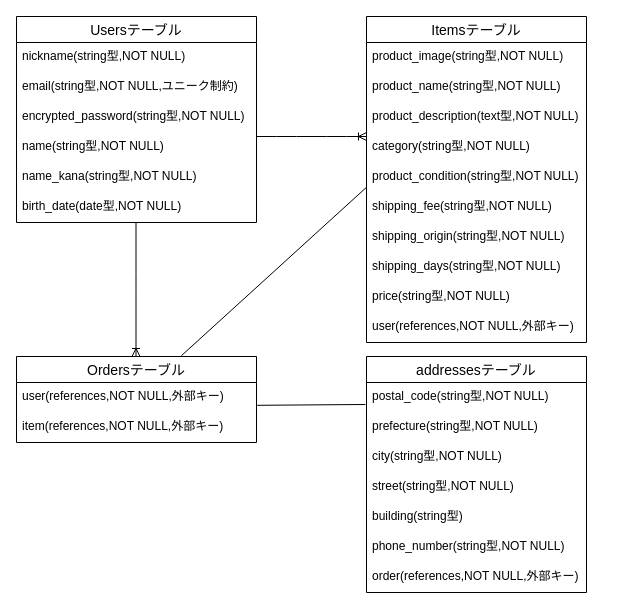
The draw.io diagram furima.dio in korea0701/furima-40589, before the edit. Source tidied: cells renumbered, new cells numbered last; positions are measured from the earlier drawing's top-left corner, leaving out a move shared by most shapes. Both pictures are drawn from the tidied source at 100%, with x=0, y=0 at pixel (16, 16).
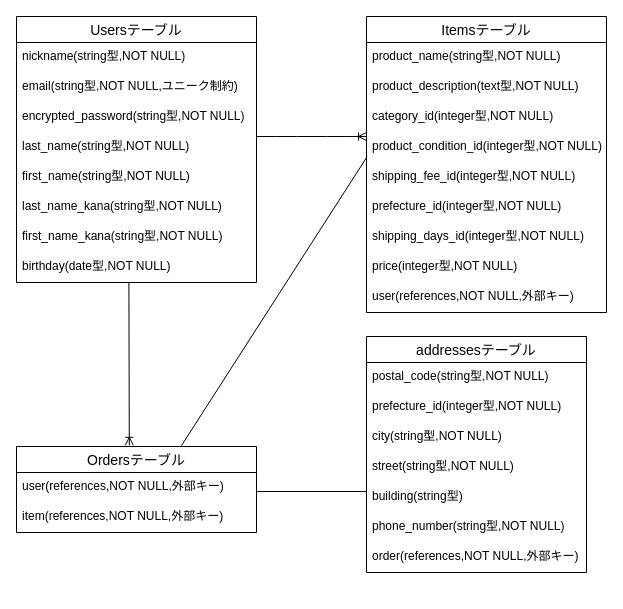
The same diagram, later.

Commit message (it also covers changes not shown here):
修正依頼による2度目の修正

Unchanged cells that the change refers to:
```xml
<mxCell id="21" value="user(references,NOT NULL,外部キー)" style="text;strokeColor=none;fillColor=none;spacingLeft=4;spacingRight=4;overflow=hidden;points=[[0,0.5],[1,0.5]];portConstraint=eastwest;fontSize=12;" parent="20" vertex="1">
  <mxGeometry y="26" width="240" height="30" as="geometry" />
</mxCell>
<mxCell id="24" value="postal_code(string型,NOT NULL)" style="text;strokeColor=none;fillColor=none;spacingLeft=4;spacingRight=4;overflow=hidden;points=[[0,0.5],[1,0.5]];portConstraint=eastwest;fontSize=12;" parent="23" vertex="1">
  <mxGeometry y="26" width="220" height="30" as="geometry" />
</mxCell>
```

Diff of the diagram source:
```diff
@@
     <mxCell id="2" value="Usersテーブル" style="swimlane;fontStyle=0;horizontal=1;startSize=26;align=center;fontSize=14;" parent="1" vertex="1">
-      <mxGeometry width="240" height="206" as="geometry" />
+      <mxGeometry width="240" height="266" as="geometry" />
     </mxCell>
@@
-    <mxCell id="6" value="name(string型,NOT NULL)" style="text;strokeColor=none;fillColor=none;spacingLeft=4;spacingRight=4;overflow=hidden;fontSize=12;" parent="2" vertex="1">
+    <mxCell id="6" value="last_name(string型,NOT NULL)" style="text;strokeColor=none;fillColor=none;spacingLeft=4;spacingRight=4;overflow=hidden;fontSize=12;" parent="2" vertex="1">
       <mxGeometry y="116" width="240" height="30" as="geometry" />
     </mxCell>
-    <mxCell id="7" value="name_kana(string型,NOT NULL)" style="text;strokeColor=none;fillColor=none;spacingLeft=4;spacingRight=4;overflow=hidden;fontSize=12;" parent="2" vertex="1">
+    <mxCell id="7" value="first_name(string型,NOT NULL)" style="text;strokeColor=none;fillColor=none;spacingLeft=4;spacingRight=4;overflow=hidden;fontSize=12;" parent="2" vertex="1">
       <mxGeometry y="146" width="240" height="30" as="geometry" />
     </mxCell>
-    <mxCell id="8" value="birth_date(date型,NOT NULL)" style="text;strokeColor=none;fillColor=none;spacingLeft=4;spacingRight=4;overflow=hidden;fontSize=12;" parent="2" vertex="1">
+    <mxCell id="8" value="last_name_kana(string型,NOT NULL)" style="text;strokeColor=none;fillColor=none;spacingLeft=4;spacingRight=4;overflow=hidden;fontSize=12;" parent="2" vertex="1">
       <mxGeometry y="176" width="240" height="30" as="geometry" />
     </mxCell>
+    <mxCell id="35" value="first_name_kana(string型,NOT NULL)" style="text;strokeColor=none;fillColor=none;spacingLeft=4;spacingRight=4;overflow=hidden;fontSize=12;" parent="2" vertex="1">
+      <mxGeometry y="206" width="240" height="30" as="geometry" />
+    </mxCell>
+    <mxCell id="36" value="birthday(date型,NOT NULL)" style="text;strokeColor=none;fillColor=none;spacingLeft=4;spacingRight=4;overflow=hidden;fontSize=12;" parent="2" vertex="1">
+      <mxGeometry y="236" width="240" height="30" as="geometry" />
+    </mxCell>
     <mxCell id="9" value="Itemsテーブル" style="swimlane;fontStyle=0;horizontal=1;startSize=26;align=center;fontSize=14;" parent="1" vertex="1">
-      <mxGeometry x="350" width="220" height="326" as="geometry" />
+      <mxGeometry x="350" width="240" height="296" as="geometry" />
     </mxCell>
-    <mxCell id="10" value="product_image(string型,NOT NULL)" style="text;strokeColor=none;fillColor=none;spacingLeft=4;spacingRight=4;overflow=hidden;fontSize=12;" parent="9" vertex="1">
-      <mxGeometry y="26" width="220" height="30" as="geometry" />
-    </mxCell>
     <mxCell id="11" value="product_name(string型,NOT NULL)" style="text;strokeColor=none;fillColor=none;spacingLeft=4;spacingRight=4;overflow=hidden;fontSize=12;" parent="9" vertex="1">
-      <mxGeometry y="56" width="220" height="30" as="geometry" />
+      <mxGeometry y="26" width="240" height="30" as="geometry" />
     </mxCell>
     <mxCell id="12" value="product_description(text型,NOT NULL)" style="text;strokeColor=none;fillColor=none;spacingLeft=4;spacingRight=4;overflow=hidden;fontSize=12;" parent="9" vertex="1">
-      <mxGeometry y="86" width="220" height="30" as="geometry" />
+      <mxGeometry y="56" width="240" height="30" as="geometry" />
     </mxCell>
-    <mxCell id="13" value="category(string型,NOT NULL)" style="text;strokeColor=none;fillColor=none;spacingLeft=4;spacingRight=4;overflow=hidden;fontSize=12;" parent="9" vertex="1">
-      <mxGeometry y="116" width="220" height="30" as="geometry" />
+    <mxCell id="13" value="category_id(integer型,NOT NULL)" style="text;strokeColor=none;fillColor=none;spacingLeft=4;spacingRight=4;overflow=hidden;fontSize=12;" parent="9" vertex="1">
+      <mxGeometry y="86" width="240" height="30" as="geometry" />
     </mxCell>
-    <mxCell id="14" value="product_condition(string型,NOT NULL)" style="text;strokeColor=none;fillColor=none;spacingLeft=4;spacingRight=4;overflow=hidden;points=[[0,0.5],[1,0.5]];portConstraint=eastwest;fontSize=12;" parent="9" vertex="1">
-      <mxGeometry y="146" width="220" height="30" as="geometry" />
+    <mxCell id="14" value="product_condition_id(integer型,NOT NULL)" style="text;strokeColor=none;fillColor=none;spacingLeft=4;spacingRight=4;overflow=hidden;points=[[0,0.5],[1,0.5]];portConstraint=eastwest;fontSize=12;" parent="9" vertex="1">
+      <mxGeometry y="116" width="240" height="30" as="geometry" />
     </mxCell>
-    <mxCell id="15" value="shipping_fee(string型,NOT NULL)" style="text;strokeColor=none;fillColor=none;spacingLeft=4;spacingRight=4;overflow=hidden;fontSize=12;" parent="9" vertex="1">
-      <mxGeometry y="176" width="220" height="30" as="geometry" />
+    <mxCell id="15" value="shipping_fee_id(integer型,NOT NULL)" style="text;strokeColor=none;fillColor=none;spacingLeft=4;spacingRight=4;overflow=hidden;fontSize=12;" parent="9" vertex="1">
+      <mxGeometry y="146" width="240" height="30" as="geometry" />
     </mxCell>
-    <mxCell id="16" value="shipping_origin(string型,NOT NULL)" style="text;strokeColor=none;fillColor=none;spacingLeft=4;spacingRight=4;overflow=hidden;fontSize=12;" parent="9" vertex="1">
-      <mxGeometry y="206" width="220" height="30" as="geometry" />
+    <mxCell id="16" value="prefecture_id(integer型,NOT NULL)" style="text;strokeColor=none;fillColor=none;spacingLeft=4;spacingRight=4;overflow=hidden;fontSize=12;" parent="9" vertex="1">
+      <mxGeometry y="176" width="240" height="30" as="geometry" />
     </mxCell>
-    <mxCell id="17" value="shipping_days(string型,NOT NULL)" style="text;strokeColor=none;fillColor=none;spacingLeft=4;spacingRight=4;overflow=hidden;fontSize=12;" parent="9" vertex="1">
-      <mxGeometry y="236" width="220" height="30" as="geometry" />
+    <mxCell id="17" value="shipping_days_id(integer型,NOT NULL)" style="text;strokeColor=none;fillColor=none;spacingLeft=4;spacingRight=4;overflow=hidden;fontSize=12;" parent="9" vertex="1">
+      <mxGeometry y="206" width="240" height="30" as="geometry" />
     </mxCell>
-    <mxCell id="18" value="price(string型,NOT NULL)" style="text;strokeColor=none;fillColor=none;spacingLeft=4;spacingRight=4;overflow=hidden;fontSize=12;" parent="9" vertex="1">
-      <mxGeometry y="266" width="220" height="30" as="geometry" />
+    <mxCell id="18" value="price(integer型,NOT NULL)" style="text;strokeColor=none;fillColor=none;spacingLeft=4;spacingRight=4;overflow=hidden;fontSize=12;" parent="9" vertex="1">
+      <mxGeometry y="236" width="240" height="30" as="geometry" />
     </mxCell>
     <mxCell id="19" value="user(references,NOT NULL,外部キー)" style="text;strokeColor=none;fillColor=none;spacingLeft=4;spacingRight=4;overflow=hidden;fontSize=12;" parent="9" vertex="1">
-      <mxGeometry y="296" width="220" height="30" as="geometry" />
+      <mxGeometry y="266" width="240" height="30" as="geometry" />
     </mxCell>
     <mxCell id="20" value="Ordersテーブル" style="swimlane;fontStyle=0;horizontal=1;startSize=26;align=center;fontSize=14;" parent="1" vertex="1">
-      <mxGeometry y="340" width="240" height="86" as="geometry" />
+      <mxGeometry y="430" width="240" height="86" as="geometry" />
     </mxCell>
@@
     <mxCell id="23" value="addressesテーブル" style="swimlane;fontStyle=0;horizontal=1;startSize=26;align=center;fontSize=14;" parent="1" vertex="1">
-      <mxGeometry x="350" y="340" width="220" height="236" as="geometry" />
+      <mxGeometry x="350" y="320" width="220" height="236" as="geometry" />
     </mxCell>
@@
-    <mxCell id="25" value="prefecture(string型,NOT NULL)" style="text;strokeColor=none;fillColor=none;spacingLeft=4;spacingRight=4;overflow=hidden;fontSize=12;" parent="23" vertex="1">
+    <mxCell id="25" value="prefecture_id(integer型,NOT NULL)" style="text;strokeColor=none;fillColor=none;spacingLeft=4;spacingRight=4;overflow=hidden;fontSize=12;" parent="23" vertex="1">
       <mxGeometry y="56" width="220" height="30" as="geometry" />
     </mxCell>
@@
-    <mxCell id="32" style="endArrow=none;html=1;rounded=0;entryX=-0.005;entryY=0.733;entryDx=0;entryDy=0;entryPerimeter=0;exitX=1.003;exitY=0.76;exitDx=0;exitDy=0;exitPerimeter=0;" parent="1" edge="1" source="21" target="24">
-      <mxGeometry relative="1" as="geometry" />
-    </mxCell>
-    <mxCell id="33" style="edgeStyle=none;html=1;endArrow=ERoneToMany;endFill=0;" parent="1" edge="1">
-      <mxGeometry relative="1" as="geometry">
-        <mxPoint x="119.5" y="206" as="sourcePoint" />
-        <mxPoint x="119.5" y="340" as="targetPoint" />
-        <Array as="points">
-          <mxPoint x="119.5" y="266" />
-        </Array>
-      </mxGeometry>
-    </mxCell>
@@
+    <mxCell id="37" style="edgeStyle=none;jettySize=auto;html=1;exitX=0.51;exitY=1.093;exitDx=0;exitDy=0;exitPerimeter=0;entryX=0.47;entryY=-0.014;entryDx=0;entryDy=0;entryPerimeter=0;endArrow=ERoneToMany;endFill=0;" parent="1" edge="1" target="20">
+      <mxGeometry relative="1" as="geometry">
+        <mxPoint x="112.4" y="266" as="sourcePoint" />
+      </mxGeometry>
+    </mxCell>
+    <mxCell id="38" style="line;strokeWidth=1;dashed=0;labelPosition=right;align=left;verticalAlign=middle;spacingTop=0;spacingLeft=6;" parent="1" vertex="1">
+      <mxGeometry x="240" y="470" width="110" height="10" as="geometry" />
+    </mxCell>
```
